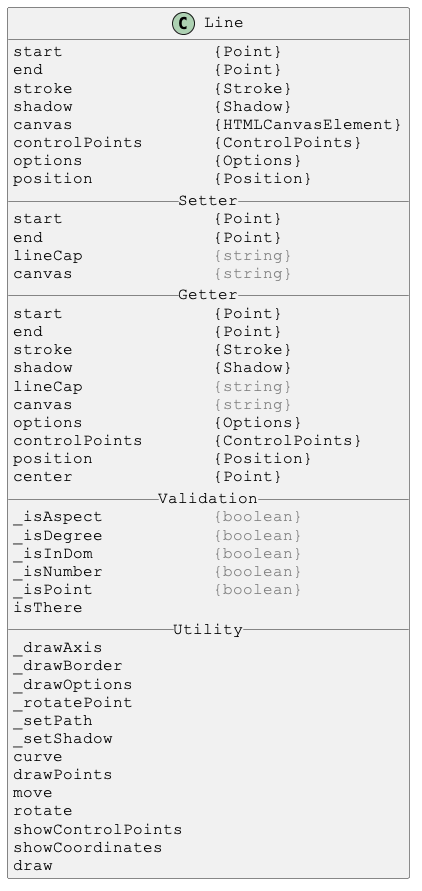
Above: docs/PlantUml/image/Line.png in Justin-Byrne/canvasLab (PlantUML), before the change.
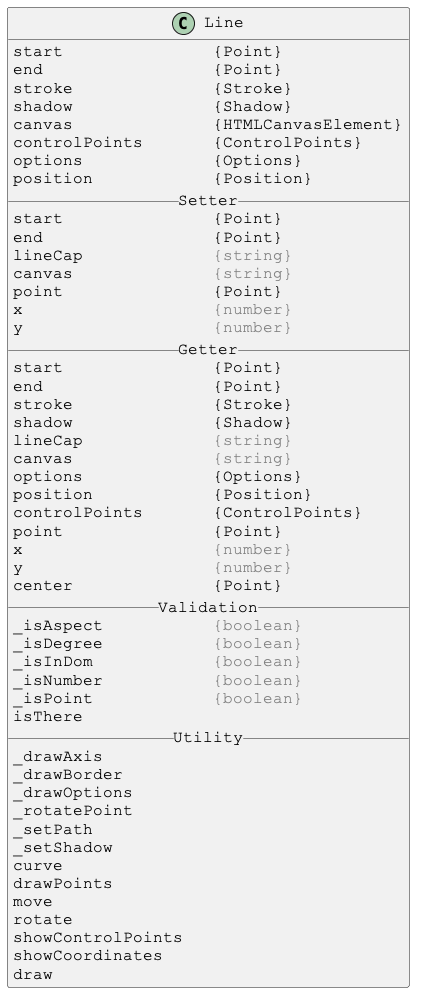
Above is the later version.

The edit, as a diff of the source:
```diff
@@ -17,6 +17,9 @@
 end                 {Point}
 lineCap             <color:gray>{string}</color>
 canvas              <color:gray>{string}</color>
+point               {Point}
+x                   <color:gray>{number}</color>
+y                   <color:gray>{number}</color>
 __ Getter __
 start               {Point}
 end                 {Point}
@@ -25,8 +28,11 @@
 lineCap             <color:gray>{string}</color>
 canvas              <color:gray>{string}</color>
 options             {Options}
+position            {Position}
 controlPoints       {ControlPoints}
-position            {Position}
+point               {Point}
+x                   <color:gray>{number}</color>
+y                   <color:gray>{number}</color>
 center              {Point}
 __ Validation __
 _isAspect           <color:gray>{boolean}</color>
```
